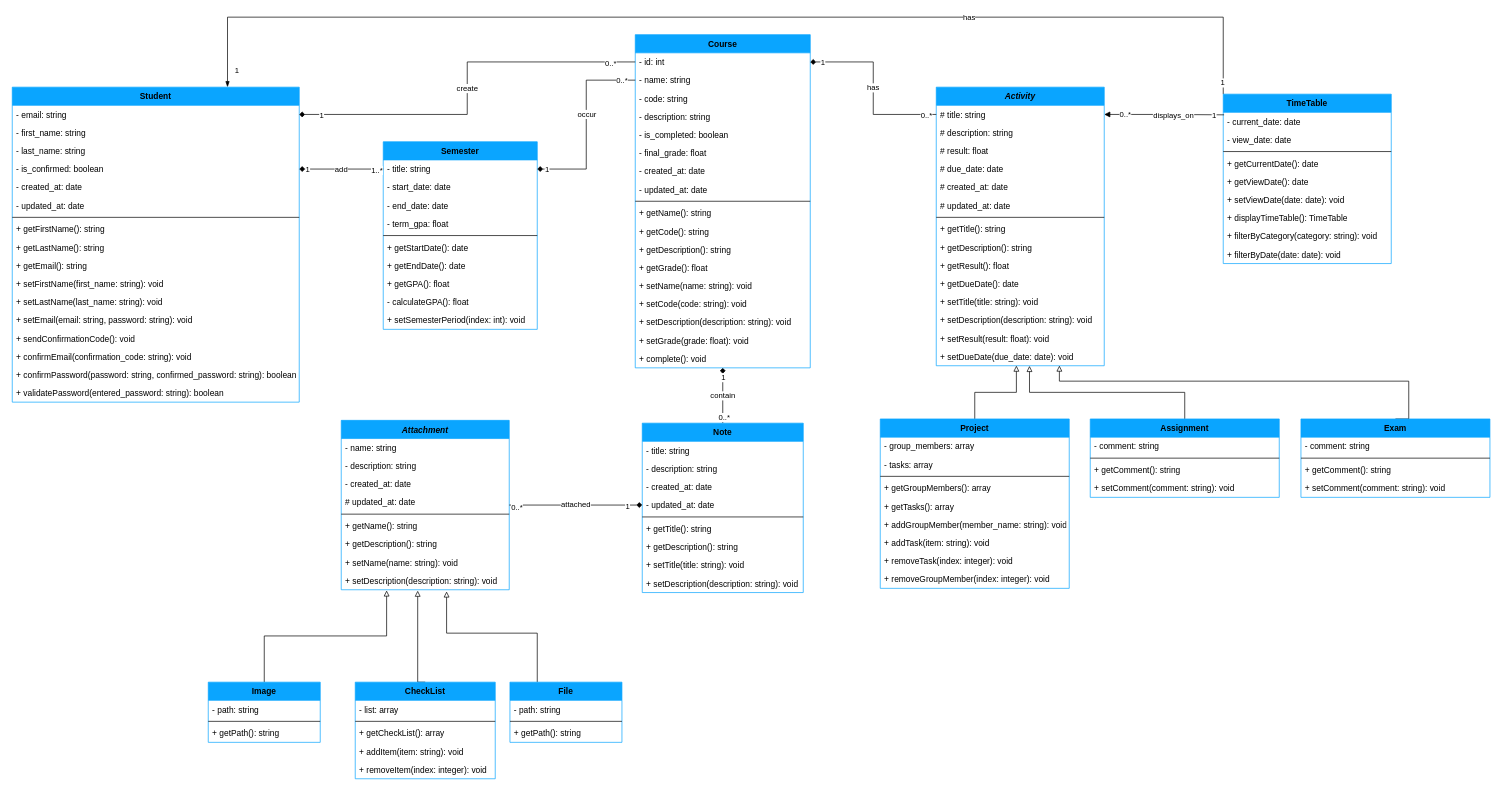
Earlier version of the draw.io diagram UML/Class_Diagram.drawio (Karl-maker/Student_Companion). Source tidied: cells renumbered, new cells numbered last; positions are measured from the earlier drawing's top-left corner, leaving out a move shared by most shapes. Both pictures are drawn from the tidied source at 70%, with x=0, y=0 at pixel (12, 17).
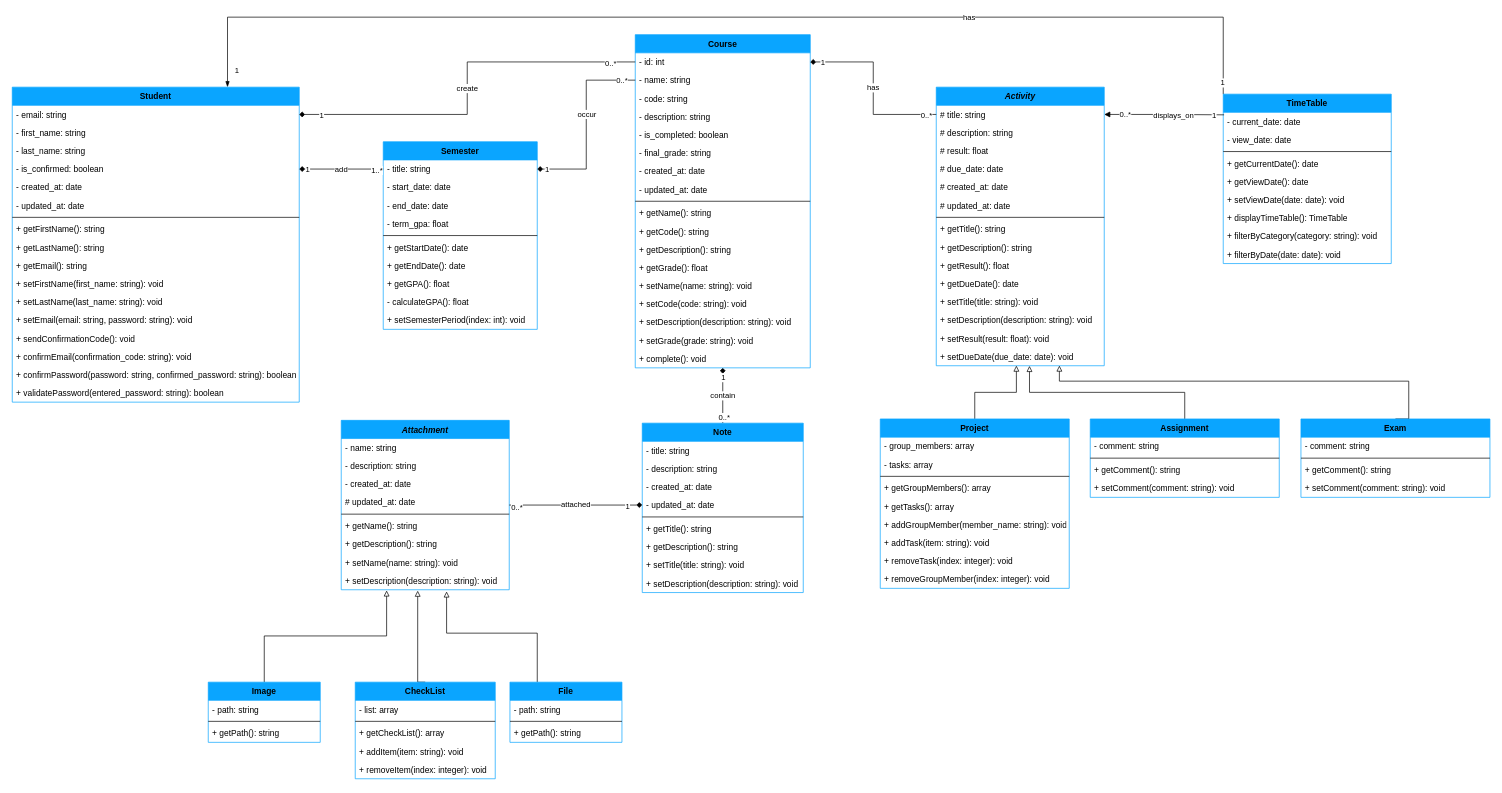
Above is the later version.

Commit message (it also covers changes not shown here):
Course Class Update

Courses need to use String instead of Float. Reason is because USC uses +A, A, B.. etc to calculate GPA

Unchanged cells that the change refers to:
```xml
<mxCell id="27" value="Course" style="swimlane;fontStyle=1;align=center;verticalAlign=top;horizontal=1;startSize=26;strokeColor=#0AA5FF;fillColor=#0AA5FF;" parent="1" vertex="1">
  <mxGeometry x="890" y="25" width="250" height="476" as="geometry" />
</mxCell>
```

Change to the diagram source:
```diff
@@
-    <mxCell id="33" value="- final_grade: float" style="text;strokeColor=none;fillColor=none;align=left;verticalAlign=top;spacingLeft=4;spacingRight=4;overflow=hidden;" parent="27" vertex="1">
+    <mxCell id="33" value="- final_grade: string" style="text;strokeColor=none;fillColor=none;align=left;verticalAlign=top;spacingLeft=4;spacingRight=4;overflow=hidden;" parent="27" vertex="1">
       <mxGeometry y="156" width="250" height="26" as="geometry" />
     </mxCell>
@@
-    <mxCell id="44" value="+ setGrade(grade: float): void" style="text;strokeColor=none;fillColor=none;align=left;verticalAlign=top;spacingLeft=4;spacingRight=4;overflow=hidden;" parent="27" vertex="1">
+    <mxCell id="44" value="+ setGrade(grade: string): void" style="text;strokeColor=none;fillColor=none;align=left;verticalAlign=top;spacingLeft=4;spacingRight=4;overflow=hidden;" parent="27" vertex="1">
       <mxGeometry y="424" width="250" height="26" as="geometry" />
     </mxCell>
```
